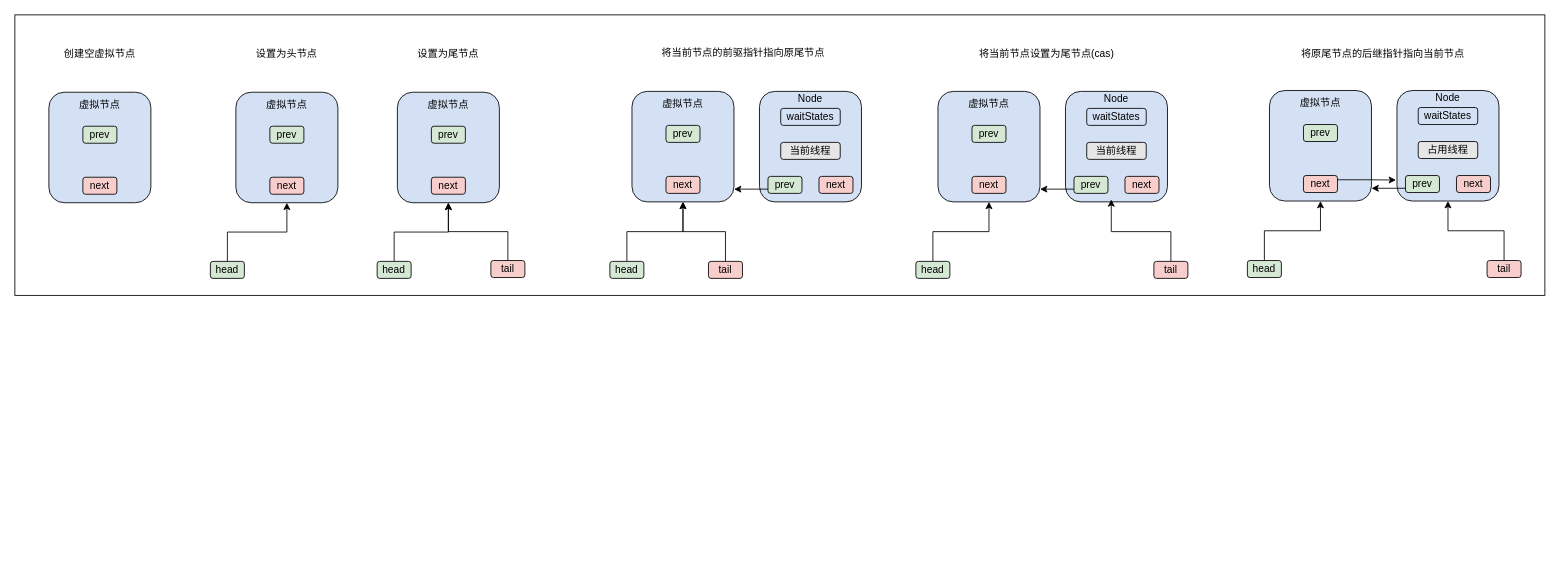
Before: page "第 3 页" (3 of 4) of 卖场/reentrantlock.drawio in lxcy-kdz/draw, a draw.io diagram. Source tidied: cells renumbered, new cells numbered last; positions are measured from the earlier drawing's top-left corner, leaving out a move shared by most shapes. Both pictures are drawn from the tidied source at 85%, with x=0, y=0 at pixel (14, 14).
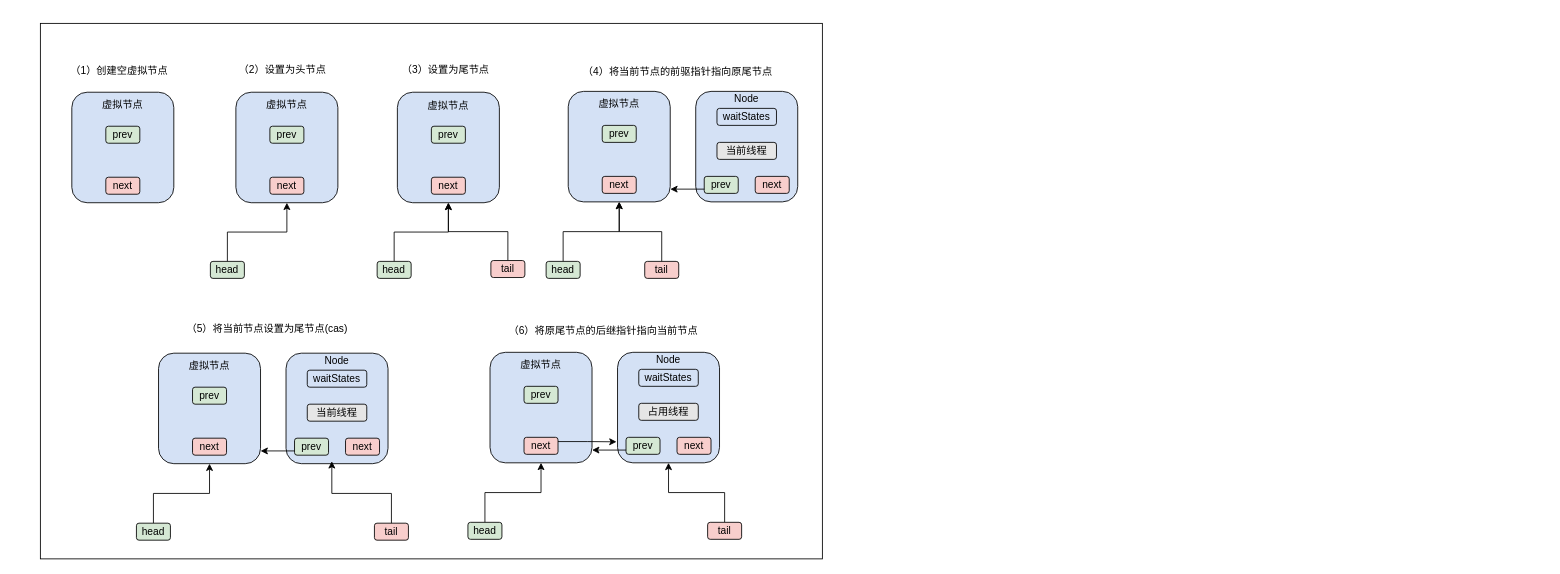
The same diagram, later.

The edit, as a diff of the source:
```diff
@@
-    <mxCell id="2" style="rounded=0;whiteSpace=wrap;html=1;" parent="1" vertex="1">
-      <mxGeometry width="1800" height="330" as="geometry" />
-    </mxCell>
+    <mxCell id="73" style="rounded=0;whiteSpace=wrap;html=1;" parent="1" vertex="1">
+      <mxGeometry x="30" y="10" width="920" height="630" as="geometry" />
+    </mxCell>
-    <mxCell id="3" value="创建空虚拟节点" style="text;html=1;align=center;verticalAlign=middle;whiteSpace=wrap;rounded=0;" parent="1" vertex="1">
-      <mxGeometry x="56.2" y="31" width="87.5" height="30" as="geometry" />
+    <mxCell id="3" value="（1）创建空虚拟节点" style="text;html=1;align=center;verticalAlign=middle;whiteSpace=wrap;rounded=0;" parent="1" vertex="1">
+      <mxGeometry x="61.2" y="51" width="123.8" height="30" as="geometry" />
     </mxCell>
-    <mxCell id="4" value="将当前节点的前驱指针指向原尾节点" style="text;html=1;align=center;verticalAlign=middle;whiteSpace=wrap;rounded=0;" parent="1" vertex="1">
-      <mxGeometry x="740" y="30" width="234" height="30" as="geometry" />
+    <mxCell id="4" value="（4）将当前节点的前驱指针指向原尾节点" style="text;html=1;align=center;verticalAlign=middle;whiteSpace=wrap;rounded=0;" parent="1" vertex="1">
+      <mxGeometry x="663" y="52" width="234" height="30" as="geometry" />
     </mxCell>
-    <mxCell id="5" value="将原尾节点的后继指针指向当前节点" style="text;html=1;align=center;verticalAlign=middle;whiteSpace=wrap;rounded=0;" parent="1" vertex="1">
-      <mxGeometry x="1460" y="31" width="299" height="30" as="geometry" />
+    <mxCell id="5" value="（6）将原尾节点的后继指针指向当前节点" style="text;html=1;align=center;verticalAlign=middle;whiteSpace=wrap;rounded=0;" parent="1" vertex="1">
+      <mxGeometry x="543" y="357" width="299" height="30" as="geometry" />
     </mxCell>
     <mxCell id="6" style="rounded=1;whiteSpace=wrap;html=1;fillColor=#D4E1F5;" parent="1" vertex="1">
-      <mxGeometry x="876" y="90" width="120" height="130" as="geometry" />
+      <mxGeometry x="801" y="90" width="120" height="130" as="geometry" />
     </mxCell>
     <mxCell id="7" value="waitStates" style="rounded=1;whiteSpace=wrap;html=1;fillColor=#D4E1F5;" parent="1" vertex="1">
-      <mxGeometry x="901" y="110" width="70" height="20" as="geometry" />
+      <mxGeometry x="826" y="110" width="70" height="20" as="geometry" />
     </mxCell>
     <mxCell id="8" value="当前线程" style="rounded=1;whiteSpace=wrap;html=1;fillColor=#E6E6E6;" parent="1" vertex="1">
-      <mxGeometry x="901" y="150" width="70" height="20" as="geometry" />
+      <mxGeometry x="826" y="150" width="70" height="20" as="geometry" />
     </mxCell>
     <mxCell id="9" value="prev" style="rounded=1;whiteSpace=wrap;html=1;fillColor=#D5E8D4;" parent="1" vertex="1">
-      <mxGeometry x="886" y="190" width="40" height="20" as="geometry" />
+      <mxGeometry x="811" y="190" width="40" height="20" as="geometry" />
     </mxCell>
     <mxCell id="10" value="next" style="rounded=1;whiteSpace=wrap;html=1;fillColor=#F8CECC;" parent="1" vertex="1">
-      <mxGeometry x="946" y="190" width="40" height="20" as="geometry" />
+      <mxGeometry x="871" y="190" width="40" height="20" as="geometry" />
     </mxCell>
     <mxCell id="11" style="rounded=1;whiteSpace=wrap;html=1;fillColor=#D4E1F5;" parent="1" vertex="1">
-      <mxGeometry x="726" y="90" width="120" height="130" as="geometry" />
+      <mxGeometry x="651" y="90" width="120" height="130" as="geometry" />
     </mxCell>
     <mxCell id="12" value="prev" style="rounded=1;whiteSpace=wrap;html=1;fillColor=#D5E8D4;" parent="1" vertex="1">
-      <mxGeometry x="766" y="130" width="40" height="20" as="geometry" />
+      <mxGeometry x="691" y="130" width="40" height="20" as="geometry" />
     </mxCell>
     <mxCell id="13" value="next" style="rounded=1;whiteSpace=wrap;html=1;fillColor=#F8CECC;" parent="1" vertex="1">
-      <mxGeometry x="766" y="190" width="40" height="20" as="geometry" />
+      <mxGeometry x="691" y="190" width="40" height="20" as="geometry" />
     </mxCell>
     <mxCell id="14" value="虚拟节点" style="text;html=1;align=center;verticalAlign=middle;whiteSpace=wrap;rounded=0;" parent="1" vertex="1">
-      <mxGeometry x="756" y="90" width="60" height="30" as="geometry" />
+      <mxGeometry x="681" y="90" width="60" height="30" as="geometry" />
     </mxCell>
     <mxCell id="15" value="Node" style="text;html=1;align=center;verticalAlign=middle;whiteSpace=wrap;rounded=0;" parent="1" vertex="1">
-      <mxGeometry x="906" y="84" width="60" height="30" as="geometry" />
+      <mxGeometry x="831" y="84" width="60" height="30" as="geometry" />
     </mxCell>
@@
     <mxCell id="18" value="head" style="rounded=1;whiteSpace=wrap;html=1;fillColor=#D5E8D4;" parent="1" vertex="1">
-      <mxGeometry x="700" y="290" width="40" height="20" as="geometry" />
+      <mxGeometry x="625" y="290" width="40" height="20" as="geometry" />
     </mxCell>
@@
     <mxCell id="20" value="tail" style="rounded=1;whiteSpace=wrap;html=1;fillColor=#F8CECC;" parent="1" vertex="1">
-      <mxGeometry x="816" y="290" width="40" height="20" as="geometry" />
+      <mxGeometry x="741" y="290" width="40" height="20" as="geometry" />
     </mxCell>
     <mxCell id="21" style="rounded=1;whiteSpace=wrap;html=1;fillColor=#D4E1F5;" parent="1" vertex="1">
-      <mxGeometry x="1626" y="89" width="120" height="130" as="geometry" />
+      <mxGeometry x="709" y="397" width="120" height="130" as="geometry" />
     </mxCell>
     <mxCell id="22" value="waitStates" style="rounded=1;whiteSpace=wrap;html=1;fillColor=#D4E1F5;" parent="1" vertex="1">
-      <mxGeometry x="1651" y="109" width="70" height="20" as="geometry" />
+      <mxGeometry x="734" y="417" width="70" height="20" as="geometry" />
     </mxCell>
     <mxCell id="23" value="占用线程" style="rounded=1;whiteSpace=wrap;html=1;fillColor=#E6E6E6;" parent="1" vertex="1">
-      <mxGeometry x="1651" y="149" width="70" height="20" as="geometry" />
+      <mxGeometry x="734" y="457" width="70" height="20" as="geometry" />
     </mxCell>
     <mxCell id="24" value="prev" style="rounded=1;whiteSpace=wrap;html=1;fillColor=#D5E8D4;" parent="1" vertex="1">
-      <mxGeometry x="1636" y="189" width="40" height="20" as="geometry" />
+      <mxGeometry x="719" y="497" width="40" height="20" as="geometry" />
     </mxCell>
     <mxCell id="25" value="next" style="rounded=1;whiteSpace=wrap;html=1;fillColor=#F8CECC;" parent="1" vertex="1">
-      <mxGeometry x="1696" y="189" width="40" height="20" as="geometry" />
+      <mxGeometry x="779" y="497" width="40" height="20" as="geometry" />
     </mxCell>
     <mxCell id="26" style="rounded=1;whiteSpace=wrap;html=1;fillColor=#D4E1F5;" parent="1" vertex="1">
-      <mxGeometry x="1476" y="89" width="120" height="130" as="geometry" />
+      <mxGeometry x="559" y="397" width="120" height="130" as="geometry" />
     </mxCell>
     <mxCell id="27" value="prev" style="rounded=1;whiteSpace=wrap;html=1;fillColor=#D5E8D4;" parent="1" vertex="1">
-      <mxGeometry x="1516" y="129" width="40" height="20" as="geometry" />
+      <mxGeometry x="599" y="437" width="40" height="20" as="geometry" />
     </mxCell>
     <mxCell id="28" value="next" style="rounded=1;whiteSpace=wrap;html=1;fillColor=#F8CECC;" parent="1" vertex="1">
-      <mxGeometry x="1516" y="189" width="40" height="20" as="geometry" />
+      <mxGeometry x="599" y="497" width="40" height="20" as="geometry" />
     </mxCell>
     <mxCell id="29" value="虚拟节点" style="text;html=1;align=center;verticalAlign=middle;whiteSpace=wrap;rounded=0;" parent="1" vertex="1">
-      <mxGeometry x="1506" y="89" width="60" height="30" as="geometry" />
+      <mxGeometry x="589" y="397" width="60" height="30" as="geometry" />
     </mxCell>
     <mxCell id="30" value="Node" style="text;html=1;align=center;verticalAlign=middle;whiteSpace=wrap;rounded=0;" parent="1" vertex="1">
-      <mxGeometry x="1656" y="83" width="60" height="30" as="geometry" />
+      <mxGeometry x="739" y="391" width="60" height="30" as="geometry" />
     </mxCell>
@@
     <mxCell id="33" value="head" style="rounded=1;whiteSpace=wrap;html=1;fillColor=#D5E8D4;" parent="1" vertex="1">
-      <mxGeometry x="1450" y="289" width="40" height="20" as="geometry" />
+      <mxGeometry x="533" y="597" width="40" height="20" as="geometry" />
     </mxCell>
@@
     <mxCell id="35" value="tail" style="rounded=1;whiteSpace=wrap;html=1;fillColor=#F8CECC;" parent="1" vertex="1">
-      <mxGeometry x="1732" y="289" width="40" height="20" as="geometry" />
+      <mxGeometry x="815" y="597" width="40" height="20" as="geometry" />
     </mxCell>
@@
     <mxCell id="37" style="rounded=1;whiteSpace=wrap;html=1;fillColor=#D4E1F5;" parent="1" vertex="1">
-      <mxGeometry x="40" y="91" width="120" height="130" as="geometry" />
+      <mxGeometry x="67" y="91" width="120" height="130" as="geometry" />
     </mxCell>
     <mxCell id="38" value="prev" style="rounded=1;whiteSpace=wrap;html=1;fillColor=#D5E8D4;" parent="1" vertex="1">
-      <mxGeometry x="80" y="131" width="40" height="20" as="geometry" />
+      <mxGeometry x="107" y="131" width="40" height="20" as="geometry" />
     </mxCell>
     <mxCell id="39" value="next" style="rounded=1;whiteSpace=wrap;html=1;fillColor=#F8CECC;" parent="1" vertex="1">
-      <mxGeometry x="80" y="191" width="40" height="20" as="geometry" />
+      <mxGeometry x="107" y="191" width="40" height="20" as="geometry" />
     </mxCell>
     <mxCell id="40" value="虚拟节点" style="text;html=1;align=center;verticalAlign=middle;whiteSpace=wrap;rounded=0;" parent="1" vertex="1">
-      <mxGeometry x="70" y="91" width="60" height="30" as="geometry" />
+      <mxGeometry x="97" y="91" width="60" height="30" as="geometry" />
     </mxCell>
-    <mxCell id="41" value="设置为头节点" style="text;html=1;align=center;verticalAlign=middle;whiteSpace=wrap;rounded=0;" parent="1" vertex="1">
-      <mxGeometry x="276.2" y="31" width="87.5" height="30" as="geometry" />
+    <mxCell id="41" value="（2）设置为头节点" style="text;html=1;align=center;verticalAlign=middle;whiteSpace=wrap;rounded=0;" parent="1" vertex="1">
+      <mxGeometry x="258.2" y="50" width="113.8" height="30" as="geometry" />
     </mxCell>
@@
-    <mxCell id="48" value="设置为尾节点" style="text;html=1;align=center;verticalAlign=middle;whiteSpace=wrap;rounded=0;" parent="1" vertex="1">
-      <mxGeometry x="466.2" y="31" width="87.5" height="30" as="geometry" />
+    <mxCell id="48" value="（3）设置为尾节点" style="text;html=1;align=center;verticalAlign=middle;whiteSpace=wrap;rounded=0;" parent="1" vertex="1">
+      <mxGeometry x="450.2" y="50" width="113.8" height="30" as="geometry" />
     </mxCell>
@@
     <mxCell id="52" value="虚拟节点" style="text;html=1;align=center;verticalAlign=middle;whiteSpace=wrap;rounded=0;" parent="1" vertex="1">
-      <mxGeometry x="480" y="91" width="60" height="30" as="geometry" />
+      <mxGeometry x="480" y="92" width="60" height="30" as="geometry" />
     </mxCell>
@@
-    <mxCell id="57" value="将当前节点设置为尾节点(cas)" style="text;html=1;align=center;verticalAlign=middle;whiteSpace=wrap;rounded=0;" parent="1" vertex="1">
-      <mxGeometry x="1097" y="31" width="234" height="30" as="geometry" />
+    <mxCell id="57" value="（5）将当前节点设置为尾节点(cas)" style="text;html=1;align=center;verticalAlign=middle;whiteSpace=wrap;rounded=0;" parent="1" vertex="1">
+      <mxGeometry x="180" y="355" width="234" height="30" as="geometry" />
     </mxCell>
     <mxCell id="58" style="rounded=1;whiteSpace=wrap;html=1;fillColor=#D4E1F5;" parent="1" vertex="1">
-      <mxGeometry x="1236" y="90" width="120" height="130" as="geometry" />
+      <mxGeometry x="319" y="398" width="120" height="130" as="geometry" />
     </mxCell>
     <mxCell id="59" value="waitStates" style="rounded=1;whiteSpace=wrap;html=1;fillColor=#D4E1F5;" parent="1" vertex="1">
-      <mxGeometry x="1261" y="110" width="70" height="20" as="geometry" />
+      <mxGeometry x="344" y="418" width="70" height="20" as="geometry" />
     </mxCell>
     <mxCell id="60" value="当前线程" style="rounded=1;whiteSpace=wrap;html=1;fillColor=#E6E6E6;" parent="1" vertex="1">
-      <mxGeometry x="1261" y="150" width="70" height="20" as="geometry" />
+      <mxGeometry x="344" y="458" width="70" height="20" as="geometry" />
     </mxCell>
     <mxCell id="61" value="prev" style="rounded=1;whiteSpace=wrap;html=1;fillColor=#D5E8D4;" parent="1" vertex="1">
-      <mxGeometry x="1246" y="190" width="40" height="20" as="geometry" />
+      <mxGeometry x="329" y="498" width="40" height="20" as="geometry" />
     </mxCell>
     <mxCell id="62" value="next" style="rounded=1;whiteSpace=wrap;html=1;fillColor=#F8CECC;" parent="1" vertex="1">
-      <mxGeometry x="1306" y="190" width="40" height="20" as="geometry" />
+      <mxGeometry x="389" y="498" width="40" height="20" as="geometry" />
     </mxCell>
     <mxCell id="63" style="rounded=1;whiteSpace=wrap;html=1;fillColor=#D4E1F5;" parent="1" vertex="1">
-      <mxGeometry x="1086" y="90" width="120" height="130" as="geometry" />
+      <mxGeometry x="169" y="398" width="120" height="130" as="geometry" />
     </mxCell>
     <mxCell id="64" value="prev" style="rounded=1;whiteSpace=wrap;html=1;fillColor=#D5E8D4;" parent="1" vertex="1">
-      <mxGeometry x="1126" y="130" width="40" height="20" as="geometry" />
+      <mxGeometry x="209" y="438" width="40" height="20" as="geometry" />
     </mxCell>
     <mxCell id="65" value="next" style="rounded=1;whiteSpace=wrap;html=1;fillColor=#F8CECC;" parent="1" vertex="1">
-      <mxGeometry x="1126" y="190" width="40" height="20" as="geometry" />
+      <mxGeometry x="209" y="498" width="40" height="20" as="geometry" />
     </mxCell>
     <mxCell id="66" value="虚拟节点" style="text;html=1;align=center;verticalAlign=middle;whiteSpace=wrap;rounded=0;" parent="1" vertex="1">
-      <mxGeometry x="1116" y="90" width="60" height="30" as="geometry" />
+      <mxGeometry x="199" y="398" width="60" height="30" as="geometry" />
     </mxCell>
     <mxCell id="67" value="Node" style="text;html=1;align=center;verticalAlign=middle;whiteSpace=wrap;rounded=0;" parent="1" vertex="1">
-      <mxGeometry x="1266" y="84" width="60" height="30" as="geometry" />
+      <mxGeometry x="349" y="392" width="60" height="30" as="geometry" />
     </mxCell>
@@
     <mxCell id="70" value="head" style="rounded=1;whiteSpace=wrap;html=1;fillColor=#D5E8D4;" parent="1" vertex="1">
-      <mxGeometry x="1060" y="290" width="40" height="20" as="geometry" />
+      <mxGeometry x="143" y="598" width="40" height="20" as="geometry" />
     </mxCell>
     <mxCell id="71" value="tail" style="rounded=1;whiteSpace=wrap;html=1;fillColor=#F8CECC;" parent="1" vertex="1">
-      <mxGeometry x="1340" y="290" width="40" height="20" as="geometry" />
+      <mxGeometry x="423" y="598" width="40" height="20" as="geometry" />
     </mxCell>
```
